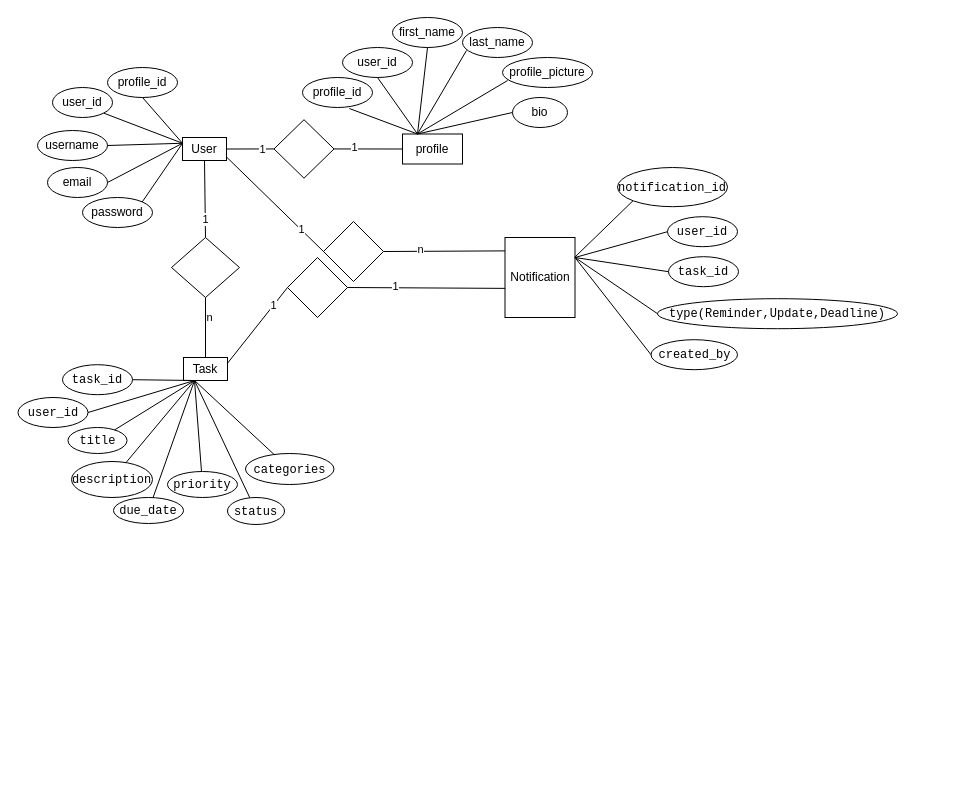
Earlier version of the draw.io diagram data-modelling/hustle-hub.drawio (jasjeev013/hustle-hub). Source tidied: cells renumbered, new cells numbered last; positions are measured from the earlier drawing's top-left corner, leaving out a move shared by most shapes. Both pictures are drawn from the tidied source at 100%, with x=0, y=0 at pixel (17, 17).
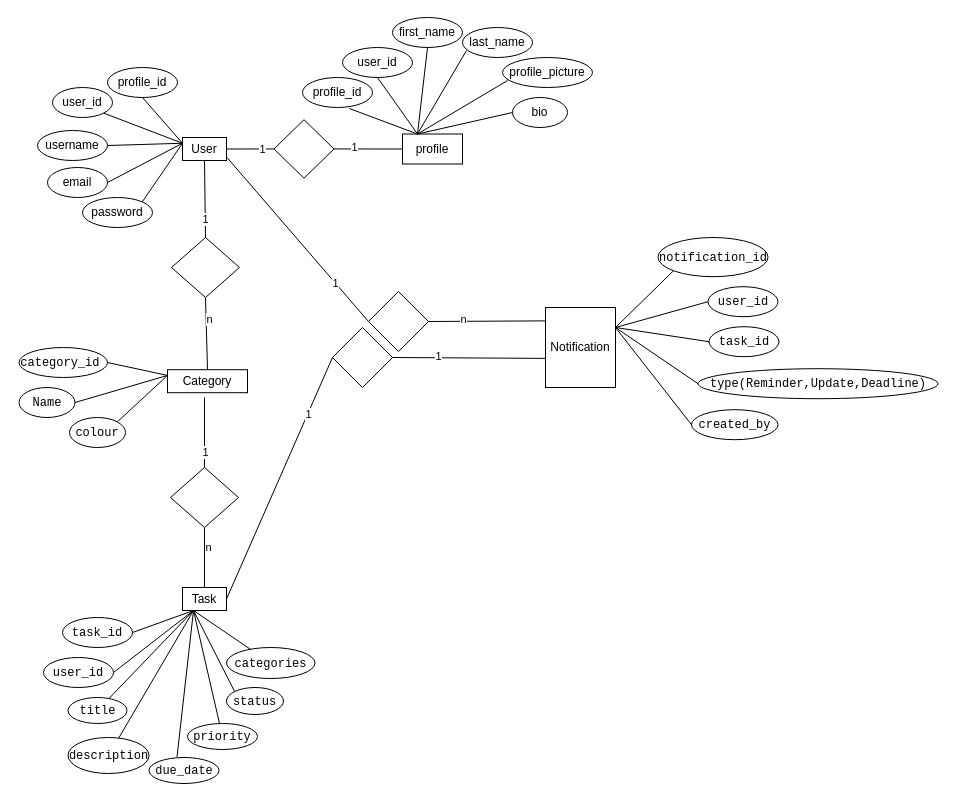
After the change.

Unchanged cells that the change refers to:
```xml
<mxCell id="31" style="rhombus;whiteSpace=wrap;html=1;" parent="1" vertex="1">
  <mxGeometry x="154" y="220" width="68" height="60" as="geometry" />
</mxCell>
```

The edit, as a diff of the source:
```diff
@@
-    <mxCell id="34" style="endArrow=none;html=1;rounded=0;exitX=0.5;exitY=1;exitDx=0;exitDy=0;entryX=0.5;entryY=0;entryDx=0;entryDy=0;" parent="1" edge="1" source="31" target="36">
+    <mxCell id="34" style="endArrow=none;html=1;rounded=0;exitX=0.5;exitY=1;exitDx=0;exitDy=0;entryX=0.5;entryY=0;entryDx=0;entryDy=0;" parent="1" edge="1" source="31" target="79">
       <mxGeometry relative="1" as="geometry" />
     </mxCell>
@@
     <mxCell id="36" value="Task" style="rounded=0;whiteSpace=wrap;html=1;" parent="1" vertex="1">
-      <mxGeometry x="166" y="340" width="44" height="23" as="geometry" />
+      <mxGeometry x="165" y="570" width="44" height="23" as="geometry" />
     </mxCell>
     <mxCell id="37" value="&lt;code&gt;task_id&lt;/code&gt;" style="ellipse;whiteSpace=wrap;html=1;" parent="1" vertex="1">
-      <mxGeometry x="45" y="347.2" width="70" height="30" as="geometry" />
+      <mxGeometry x="45" y="600" width="70" height="30" as="geometry" />
     </mxCell>
@@
     <mxCell id="39" value="&lt;code&gt;user_id&lt;/code&gt;" style="ellipse;whiteSpace=wrap;html=1;" parent="1" vertex="1">
-      <mxGeometry x="0.5" y="380" width="70" height="30" as="geometry" />
+      <mxGeometry x="26" y="640" width="70" height="30" as="geometry" />
     </mxCell>
@@
     <mxCell id="41" value="&lt;code&gt;title&lt;/code&gt;" style="ellipse;whiteSpace=wrap;html=1;" parent="1" vertex="1">
-      <mxGeometry x="50.5" y="410" width="59" height="26" as="geometry" />
+      <mxGeometry x="50.5" y="680" width="59" height="26" as="geometry" />
     </mxCell>
@@
     <mxCell id="43" value="&lt;code&gt;description&lt;/code&gt;" style="ellipse;whiteSpace=wrap;html=1;" parent="1" vertex="1">
-      <mxGeometry x="54" y="444" width="81" height="36" as="geometry" />
+      <mxGeometry x="50.5" y="720" width="81" height="36" as="geometry" />
     </mxCell>
@@
     <mxCell id="45" value="&lt;code&gt;due_date&lt;/code&gt;" style="ellipse;whiteSpace=wrap;html=1;" parent="1" vertex="1">
-      <mxGeometry x="96" y="480" width="70" height="26" as="geometry" />
+      <mxGeometry x="131.5" y="740" width="70" height="26" as="geometry" />
     </mxCell>
-    <mxCell id="46" style="endArrow=none;html=1;rounded=0;entryX=0.25;entryY=1;entryDx=0;entryDy=0;" parent="1" edge="1" source="45" target="36">
+    <mxCell id="46" style="endArrow=none;html=1;rounded=0;entryX=0.25;entryY=1;entryDx=0;entryDy=0;exitX=0.4;exitY=-0.023;exitDx=0;exitDy=0;exitPerimeter=0;" parent="1" edge="1" source="45" target="36">
       <mxGeometry relative="1" as="geometry" />
     </mxCell>
     <mxCell id="47" value="&lt;code&gt;priority&lt;/code&gt;" style="ellipse;whiteSpace=wrap;html=1;" parent="1" vertex="1">
-      <mxGeometry x="150" y="454" width="70" height="26" as="geometry" />
+      <mxGeometry x="170" y="706" width="70" height="26" as="geometry" />
     </mxCell>
@@
     <mxCell id="49" value="&lt;code&gt;status&lt;/code&gt;" style="ellipse;whiteSpace=wrap;html=1;" parent="1" vertex="1">
-      <mxGeometry x="210" y="480" width="57" height="27" as="geometry" />
+      <mxGeometry x="209" y="670" width="57" height="27" as="geometry" />
     </mxCell>
-    <mxCell id="50" style="endArrow=none;html=1;rounded=0;entryX=0.25;entryY=1;entryDx=0;entryDy=0;" parent="1" edge="1" source="49" target="36">
+    <mxCell id="50" style="endArrow=none;html=1;rounded=0;entryX=0.25;entryY=1;entryDx=0;entryDy=0;exitX=0;exitY=0;exitDx=0;exitDy=0;" parent="1" edge="1" source="49" target="36">
       <mxGeometry relative="1" as="geometry" />
     </mxCell>
     <mxCell id="51" value="&lt;code&gt;categories&lt;/code&gt;" style="ellipse;whiteSpace=wrap;html=1;" parent="1" vertex="1">
-      <mxGeometry x="228" y="436" width="88.5" height="31" as="geometry" />
+      <mxGeometry x="209" y="630" width="88.5" height="31" as="geometry" />
     </mxCell>
@@
     <mxCell id="53" style="rhombus;whiteSpace=wrap;html=1;" parent="1" vertex="1">
-      <mxGeometry x="306" y="204" width="60" height="60" as="geometry" />
+      <mxGeometry x="351" y="274" width="60" height="60" as="geometry" />
     </mxCell>
@@
     <mxCell id="58" value="Notification" style="rounded=0;whiteSpace=wrap;html=1;" parent="1" vertex="1">
-      <mxGeometry x="487.5" y="220" width="70" height="80" as="geometry" />
+      <mxGeometry x="528" y="290" width="70" height="80" as="geometry" />
     </mxCell>
     <mxCell id="59" value="&lt;code&gt;notification_id&lt;/code&gt;" style="ellipse;whiteSpace=wrap;html=1;" parent="1" vertex="1">
-      <mxGeometry x="600" y="150" width="110" height="39.2" as="geometry" />
+      <mxGeometry x="640.5" y="220" width="110" height="39.2" as="geometry" />
     </mxCell>
-    <mxCell id="60" style="endArrow=none;html=1;rounded=0;exitX=0;exitY=1;exitDx=0;exitDy=0;" parent="1" edge="1" source="59">
-      <mxGeometry relative="1" as="geometry">
-        <mxPoint x="557" y="240" as="targetPoint" />
-      </mxGeometry>
+    <mxCell id="60" style="endArrow=none;html=1;rounded=0;exitX=0;exitY=1;exitDx=0;exitDy=0;entryX=1;entryY=0.25;entryDx=0;entryDy=0;" parent="1" edge="1" source="59" target="58">
+      <mxGeometry relative="1" as="geometry" />
     </mxCell>
     <mxCell id="61" value="&lt;code&gt;user_id&lt;/code&gt;" style="ellipse;whiteSpace=wrap;html=1;" parent="1" vertex="1">
-      <mxGeometry x="650" y="199.2" width="70" height="30" as="geometry" />
+      <mxGeometry x="690.5" y="269.2" width="70" height="30" as="geometry" />
     </mxCell>
@@
     <mxCell id="63" value="&lt;code&gt;task_id&lt;/code&gt;" style="ellipse;whiteSpace=wrap;html=1;" parent="1" vertex="1">
-      <mxGeometry x="651" y="239.2" width="70" height="30" as="geometry" />
+      <mxGeometry x="691.5" y="309.2" width="70" height="30" as="geometry" />
     </mxCell>
@@
     <mxCell id="65" value="&lt;code&gt;type(Reminder,Update,Deadline)&lt;/code&gt;" style="ellipse;whiteSpace=wrap;html=1;" parent="1" vertex="1">
-      <mxGeometry x="640" y="281.2" width="240" height="30" as="geometry" />
+      <mxGeometry x="680.5" y="351.2" width="240" height="30" as="geometry" />
     </mxCell>
@@
     <mxCell id="67" value="&lt;code&gt;created_by&lt;/code&gt;" style="ellipse;whiteSpace=wrap;html=1;" parent="1" vertex="1">
-      <mxGeometry x="633.5" y="322.2" width="86.5" height="30" as="geometry" />
+      <mxGeometry x="674" y="392.2" width="86.5" height="30" as="geometry" />
     </mxCell>
@@
     <mxCell id="69" style="rhombus;whiteSpace=wrap;html=1;" parent="1" vertex="1">
-      <mxGeometry x="270" y="240" width="60" height="60" as="geometry" />
+      <mxGeometry x="315" y="310" width="60" height="60" as="geometry" />
     </mxCell>
-    <mxCell id="70" style="endArrow=none;html=1;rounded=0;exitX=1;exitY=0.25;exitDx=0;exitDy=0;entryX=0;entryY=0.5;entryDx=0;entryDy=0;" parent="1" edge="1" source="36" target="69">
+    <mxCell id="70" style="endArrow=none;html=1;rounded=0;entryX=0;entryY=0.5;entryDx=0;entryDy=0;exitX=1;exitY=0.5;exitDx=0;exitDy=0;" parent="1" edge="1" source="36" target="69">
       <mxGeometry relative="1" as="geometry" />
     </mxCell>
@@
+    <mxCell id="74" style="rhombus;whiteSpace=wrap;html=1;" parent="1" vertex="1">
+      <mxGeometry x="153" y="450" width="68" height="60" as="geometry" />
+    </mxCell>
+    <mxCell id="75" style="endArrow=none;html=1;rounded=0;entryX=0.5;entryY=0;entryDx=0;entryDy=0;exitX=0.5;exitY=1;exitDx=0;exitDy=0;" parent="1" edge="1" target="74">
+      <mxGeometry relative="1" as="geometry">
+        <mxPoint x="187" y="380" as="sourcePoint" />
+      </mxGeometry>
+    </mxCell>
+    <mxCell id="76" value="1" style="edgeLabel;html=1;align=center;verticalAlign=middle;" parent="75" vertex="1">
+      <mxGeometry x="0.53" relative="1" as="geometry" />
+    </mxCell>
+    <mxCell id="77" style="endArrow=none;html=1;rounded=0;exitX=0.5;exitY=1;exitDx=0;exitDy=0;entryX=0.5;entryY=0;entryDx=0;entryDy=0;" parent="1" edge="1" source="74" target="36">
+      <mxGeometry relative="1" as="geometry" />
+    </mxCell>
+    <mxCell id="78" value="n" style="edgeLabel;html=1;align=center;verticalAlign=middle;" parent="77" vertex="1">
+      <mxGeometry x="-0.41" y="3" relative="1" as="geometry">
+        <mxPoint y="1" as="offset" />
+      </mxGeometry>
+    </mxCell>
+    <mxCell id="79" value="Category" style="rounded=0;whiteSpace=wrap;html=1;" parent="1" vertex="1">
+      <mxGeometry x="150" y="352.2" width="80" height="23" as="geometry" />
+    </mxCell>
+    <mxCell id="80" value="&lt;code&gt;category_id&amp;nbsp;&lt;/code&gt;" style="ellipse;whiteSpace=wrap;html=1;" parent="1" vertex="1">
+      <mxGeometry x="1.5" y="330" width="88.5" height="30" as="geometry" />
+    </mxCell>
+    <mxCell id="81" style="endArrow=none;html=1;rounded=0;exitX=1;exitY=0.5;exitDx=0;exitDy=0;entryX=0;entryY=0.25;entryDx=0;entryDy=0;" parent="1" edge="1" source="80" target="79">
+      <mxGeometry relative="1" as="geometry" />
+    </mxCell>
+    <mxCell id="82" value="&lt;code&gt;Name&lt;/code&gt;" style="ellipse;whiteSpace=wrap;html=1;" parent="1" vertex="1">
+      <mxGeometry x="1.5" y="370" width="56" height="30" as="geometry" />
+    </mxCell>
+    <mxCell id="83" style="endArrow=none;html=1;rounded=0;exitX=1;exitY=0.5;exitDx=0;exitDy=0;entryX=0;entryY=0.25;entryDx=0;entryDy=0;" parent="1" edge="1" source="82" target="79">
+      <mxGeometry relative="1" as="geometry" />
+    </mxCell>
+    <mxCell id="84" value="&lt;code&gt;colour&lt;/code&gt;" style="ellipse;whiteSpace=wrap;html=1;" parent="1" vertex="1">
+      <mxGeometry x="52" y="400" width="56" height="30" as="geometry" />
+    </mxCell>
+    <mxCell id="85" style="endArrow=none;html=1;rounded=0;exitX=1;exitY=0;exitDx=0;exitDy=0;entryX=0;entryY=0.25;entryDx=0;entryDy=0;" parent="1" edge="1" source="84" target="79">
+      <mxGeometry relative="1" as="geometry" />
+    </mxCell>
```
